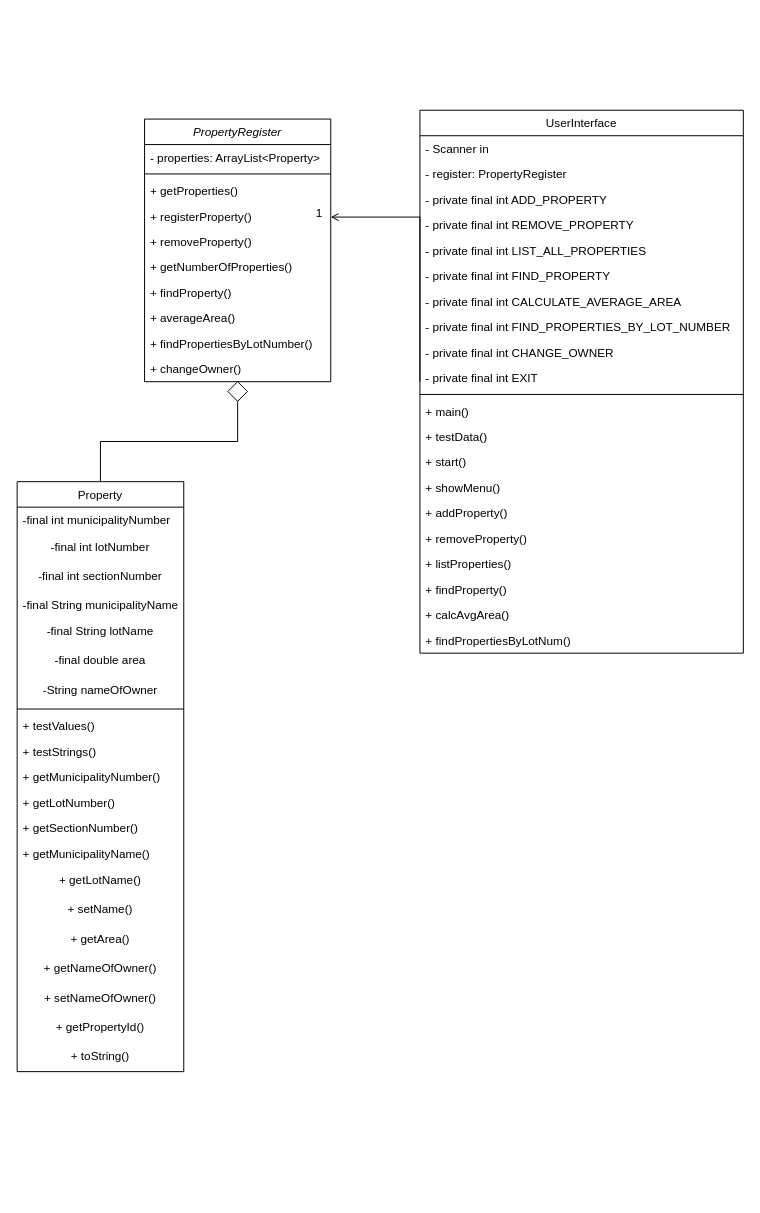
Earlier version of the draw.io diagram src/Oving11/Property_Class.drawio (Warlock2358/Oving-Oppgaver). Source tidied: cells renumbered, new cells numbered last; positions are measured from the earlier drawing's top-left corner, leaving out a move shared by most shapes. Both pictures are drawn from the tidied source at 98%, with x=0, y=0 at pixel (17, 110).
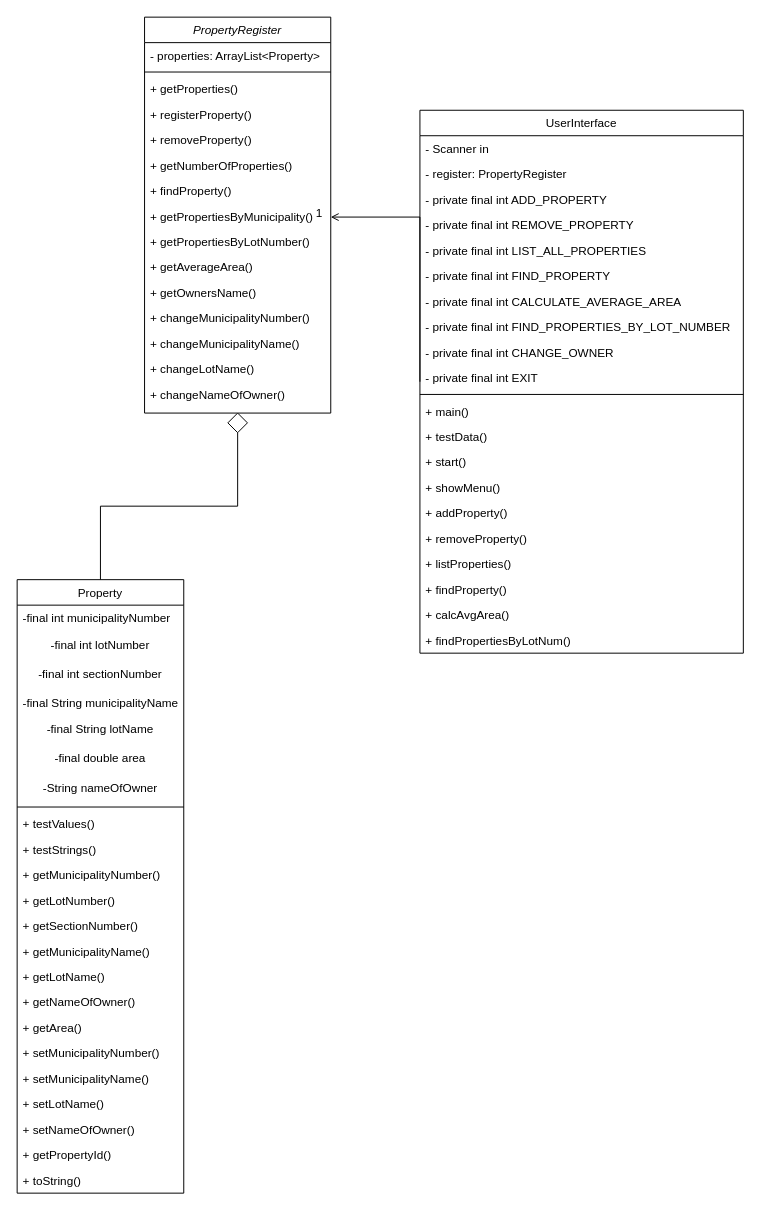
The same diagram, later.

Change to the diagram source:
```diff
@@
     <mxCell id="2" value="PropertyRegister" style="swimlane;fontStyle=2;align=center;verticalAlign=top;horizontal=1;startSize=26;rounded=0;shadow=0;strokeWidth=1;" parent="1" vertex="1">
-      <mxGeometry x="130" y="9" width="190" height="268" as="geometry" />
+      <mxGeometry x="130" y="-95" width="190" height="404" as="geometry" />
     </mxCell>
@@
-    <mxCell id="10" value="+ averageArea()" style="text;align=left;verticalAlign=top;spacingLeft=4;spacingRight=4;overflow=hidden;" parent="2" vertex="1">
-      <mxGeometry y="190" width="190" height="26" as="geometry" />
-    </mxCell>
+    <mxCell id="62" value="+ getPropertiesByMunicipality()" style="text;align=left;verticalAlign=top;spacingLeft=4;spacingRight=4;overflow=hidden;" parent="2" vertex="1">
+      <mxGeometry y="190" width="190" height="26" as="geometry" />
+    </mxCell>
-    <mxCell id="11" value="+ findPropertiesByLotNumber()" style="text;align=left;verticalAlign=top;spacingLeft=4;spacingRight=4;overflow=hidden;" parent="2" vertex="1">
+    <mxCell id="11" value="+ getPropertiesByLotNumber()" style="text;align=left;verticalAlign=top;spacingLeft=4;spacingRight=4;overflow=hidden;" parent="2" vertex="1">
       <mxGeometry y="216" width="190" height="26" as="geometry" />
     </mxCell>
-    <mxCell id="12" value="+ changeOwner()" style="text;align=left;verticalAlign=top;spacingLeft=4;spacingRight=4;overflow=hidden;" parent="2" vertex="1">
-      <mxGeometry y="242" width="190" height="26" as="geometry" />
-    </mxCell>
+    <mxCell id="63" value="+ getAverageArea()" style="text;align=left;verticalAlign=top;spacingLeft=4;spacingRight=4;overflow=hidden;" parent="2" vertex="1">
+      <mxGeometry y="242" width="190" height="26" as="geometry" />
+    </mxCell>
+    <mxCell id="64" value="+ getOwnersName()" style="text;align=left;verticalAlign=top;spacingLeft=4;spacingRight=4;overflow=hidden;" parent="2" vertex="1">
+      <mxGeometry y="268" width="190" height="26" as="geometry" />
+    </mxCell>
+    <mxCell id="65" value="+ changeMunicipalityNumber()" style="text;align=left;verticalAlign=top;spacingLeft=4;spacingRight=4;overflow=hidden;" parent="2" vertex="1">
+      <mxGeometry y="294" width="190" height="26" as="geometry" />
+    </mxCell>
+    <mxCell id="66" value="+ changeMunicipalityName()" style="text;align=left;verticalAlign=top;spacingLeft=4;spacingRight=4;overflow=hidden;" parent="2" vertex="1">
+      <mxGeometry y="320" width="190" height="26" as="geometry" />
+    </mxCell>
+    <mxCell id="67" value="+ changeLotName()" style="text;align=left;verticalAlign=top;spacingLeft=4;spacingRight=4;overflow=hidden;" parent="2" vertex="1">
+      <mxGeometry y="346" width="190" height="26" as="geometry" />
+    </mxCell>
+    <mxCell id="68" value="+ changeNameOfOwner()" style="text;align=left;verticalAlign=top;spacingLeft=4;spacingRight=4;overflow=hidden;" parent="2" vertex="1">
+      <mxGeometry y="372" width="190" height="26" as="geometry" />
+    </mxCell>
     <mxCell id="13" value="Property" style="swimlane;fontStyle=0;align=center;verticalAlign=top;horizontal=1;startSize=26;rounded=0;shadow=0;strokeWidth=1;" parent="1" vertex="1">
-      <mxGeometry y="379" width="170" height="602" as="geometry" />
+      <mxGeometry y="479" width="170" height="626" as="geometry" />
     </mxCell>
@@
-    <mxCell id="28" value="+ getLotName()" style="text;strokeColor=none;fillColor=none;html=1;align=center;verticalAlign=middle;whiteSpace=wrap;rounded=0;hachureGap=4;" parent="13" vertex="1">
-      <mxGeometry y="392" width="170" height="30" as="geometry" />
+    <mxCell id="28" value="+ getLotName()" style="text;align=left;verticalAlign=top;spacingLeft=4;spacingRight=4;overflow=hidden;" parent="13" vertex="1">
+      <mxGeometry y="392" width="170" height="26" as="geometry" />
     </mxCell>
-    <mxCell id="29" value="+ setName()" style="text;strokeColor=none;fillColor=none;html=1;align=center;verticalAlign=middle;whiteSpace=wrap;rounded=0;hachureGap=4;" parent="13" vertex="1">
-      <mxGeometry y="422" width="170" height="30" as="geometry" />
-    </mxCell>
+    <mxCell id="31" value="+ getNameOfOwner()" style="text;align=left;verticalAlign=top;spacingLeft=4;spacingRight=4;overflow=hidden;" parent="13" vertex="1">
+      <mxGeometry y="418" width="170" height="26" as="geometry" />
+    </mxCell>
-    <mxCell id="30" value="+ getArea()" style="text;strokeColor=none;fillColor=none;html=1;align=center;verticalAlign=middle;whiteSpace=wrap;rounded=0;hachureGap=4;" parent="13" vertex="1">
-      <mxGeometry y="452" width="170" height="30" as="geometry" />
+    <mxCell id="30" value="+ getArea()" style="text;align=left;verticalAlign=top;spacingLeft=4;spacingRight=4;overflow=hidden;" parent="13" vertex="1">
+      <mxGeometry y="444" width="170" height="26" as="geometry" />
     </mxCell>
-    <mxCell id="31" value="+ getNameOfOwner()" style="text;strokeColor=none;fillColor=none;html=1;align=center;verticalAlign=middle;whiteSpace=wrap;rounded=0;hachureGap=4;" parent="13" vertex="1">
-      <mxGeometry y="482" width="170" height="30" as="geometry" />
-    </mxCell>
+    <mxCell id="69" value="+ setMunicipalityNumber()" style="text;align=left;verticalAlign=top;spacingLeft=4;spacingRight=4;overflow=hidden;" parent="13" vertex="1">
+      <mxGeometry y="470" width="170" height="26" as="geometry" />
+    </mxCell>
+    <mxCell id="70" value="+ setMunicipalityName()" style="text;align=left;verticalAlign=top;spacingLeft=4;spacingRight=4;overflow=hidden;" parent="13" vertex="1">
+      <mxGeometry y="496" width="170" height="26" as="geometry" />
+    </mxCell>
+    <mxCell id="71" value="+ setLotName()" style="text;align=left;verticalAlign=top;spacingLeft=4;spacingRight=4;overflow=hidden;" parent="13" vertex="1">
+      <mxGeometry y="522" width="170" height="26" as="geometry" />
+    </mxCell>
-    <mxCell id="32" value="+ setNameOfOwner()" style="text;strokeColor=none;fillColor=none;html=1;align=center;verticalAlign=middle;whiteSpace=wrap;rounded=0;hachureGap=4;" parent="13" vertex="1">
-      <mxGeometry y="512" width="170" height="30" as="geometry" />
+    <mxCell id="32" value="+ setNameOfOwner()" style="text;align=left;verticalAlign=top;spacingLeft=4;spacingRight=4;overflow=hidden;" parent="13" vertex="1">
+      <mxGeometry y="548" width="170" height="26" as="geometry" />
     </mxCell>
-    <mxCell id="33" value="+ getPropertyId()" style="text;strokeColor=none;fillColor=none;html=1;align=center;verticalAlign=middle;whiteSpace=wrap;rounded=0;hachureGap=4;" parent="13" vertex="1">
-      <mxGeometry y="542" width="170" height="30" as="geometry" />
+    <mxCell id="33" value="+ getPropertyId()" style="text;align=left;verticalAlign=top;spacingLeft=4;spacingRight=4;overflow=hidden;" parent="13" vertex="1">
+      <mxGeometry y="574" width="170" height="26" as="geometry" />
     </mxCell>
-    <mxCell id="34" value="+ toString()" style="text;strokeColor=none;fillColor=none;html=1;align=center;verticalAlign=middle;whiteSpace=wrap;rounded=0;hachureGap=4;" parent="13" vertex="1">
-      <mxGeometry y="572" width="170" height="30" as="geometry" />
+    <mxCell id="34" value="+ toString()" style="text;align=left;verticalAlign=top;spacingLeft=4;spacingRight=4;overflow=hidden;" parent="13" vertex="1">
+      <mxGeometry y="600" width="170" height="26" as="geometry" />
     </mxCell>
@@
     <mxCell id="60" style="rhombus;whiteSpace=wrap;html=1;hachureGap=4;" parent="1" vertex="1">
-      <mxGeometry x="215" y="277" width="20" height="20" as="geometry" />
+      <mxGeometry x="215" y="309" width="20" height="20" as="geometry" />
     </mxCell>
```
